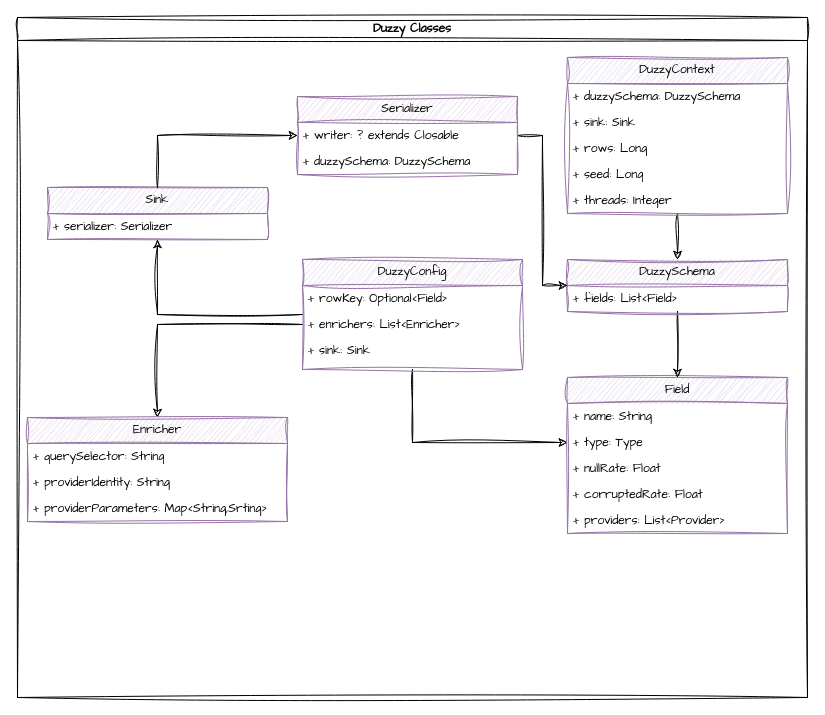
bhagenbourger/duzzy keeps this draw.io diagram as page "Duzzy classes" (3 of 3) of docs/schema/duzzy.drawio. Above is the earlier version. Source tidied: cells renumbered, new cells numbered last; positions are measured from the earlier drawing's top-left corner, leaving out a move shared by most shapes. Both pictures are drawn from the tidied source at 100%, with x=0, y=0 at pixel (17, 17).
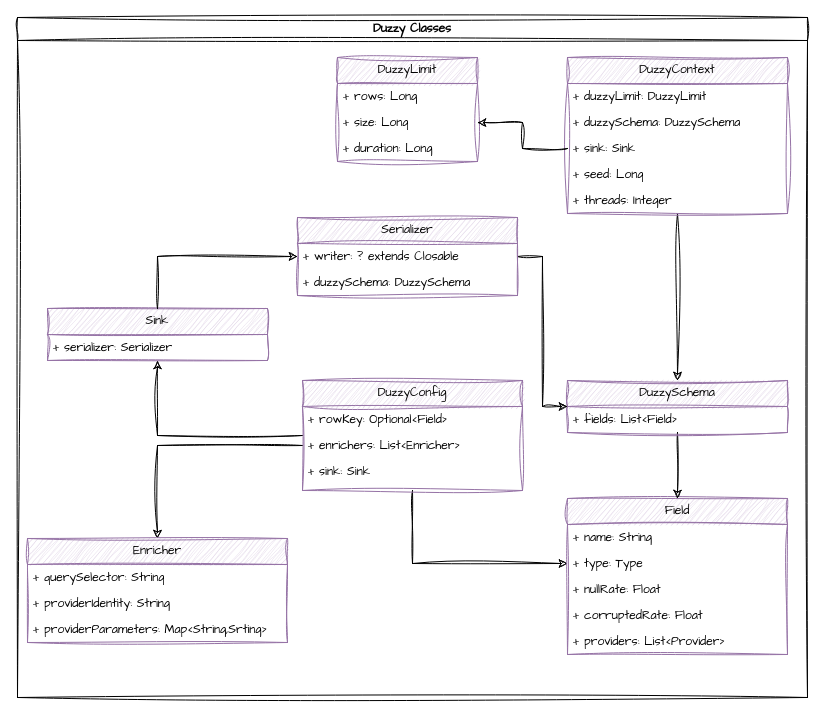
The same page after the edit.

The change refers to these unchanged cells:
```xml
<mxCell id="2" value="Duzzy Classes" style="swimlane;whiteSpace=wrap;html=1;sketch=1;hachureGap=4;jiggle=2;curveFitting=1;fontFamily=Architects Daughter;" parent="1" vertex="1">
  <mxGeometry width="790" height="680" as="geometry" />
</mxCell>
<mxCell id="17" value="DuzzyContext" style="swimlane;fontStyle=0;horizontal=1;startSize=26;fillColor=#e1d5e7;whiteSpace=wrap;html=1;sketch=1;hachureGap=4;jiggle=2;curveFitting=1;fontFamily=Architects Daughter;swimlaneLine=1;strokeColor=#9673a6;shadow=0;" parent="2" vertex="1">
  <mxGeometry x="550" y="40" width="220" height="156" as="geometry" />
</mxCell>
```

What changed in the source:
```diff
@@
     <mxCell id="6" value="DuzzyConfig" style="swimlane;fontStyle=0;horizontal=1;startSize=26;fillColor=#e1d5e7;whiteSpace=wrap;html=1;sketch=1;hachureGap=4;jiggle=2;curveFitting=1;fontFamily=Architects Daughter;swimlaneLine=1;strokeColor=#9673a6;" parent="2" vertex="1">
-      <mxGeometry x="285" y="242" width="220" height="110" as="geometry" />
+      <mxGeometry x="285" y="363" width="220" height="110" as="geometry" />
     </mxCell>
@@
     <mxCell id="10" value="Sink" style="swimlane;fontStyle=0;horizontal=1;startSize=26;fillColor=#e1d5e7;whiteSpace=wrap;html=1;sketch=1;hachureGap=4;jiggle=2;curveFitting=1;fontFamily=Architects Daughter;swimlaneLine=1;strokeColor=#9673a6;" parent="2" vertex="1">
-      <mxGeometry x="30" y="170" width="220" height="52" as="geometry" />
+      <mxGeometry x="30" y="291" width="220" height="52" as="geometry" />
     </mxCell>
@@
     <mxCell id="13" value="Serializer" style="swimlane;fontStyle=0;horizontal=1;startSize=26;fillColor=#e1d5e7;whiteSpace=wrap;html=1;sketch=1;hachureGap=4;jiggle=2;curveFitting=1;fontFamily=Architects Daughter;swimlaneLine=1;strokeColor=#9673a6;" parent="2" vertex="1">
-      <mxGeometry x="280" y="79" width="220" height="78" as="geometry" />
+      <mxGeometry x="280" y="200" width="220" height="78" as="geometry" />
     </mxCell>
@@
+    <mxCell id="20" value="+ duzzyLimit: DuzzyLimit" style="text;strokeColor=none;fillColor=none;align=left;verticalAlign=top;spacingLeft=4;spacingRight=4;overflow=hidden;whiteSpace=wrap;html=1;fontFamily=Architects Daughter;" parent="17" vertex="1">
+      <mxGeometry y="26" width="220" height="26" as="geometry" />
+    </mxCell>
     <mxCell id="18" value="+ duzzySchema: DuzzySchema" style="text;strokeColor=none;fillColor=none;align=left;verticalAlign=top;spacingLeft=4;spacingRight=4;overflow=hidden;whiteSpace=wrap;html=1;fontFamily=Architects Daughter;" parent="17" vertex="1">
-      <mxGeometry y="26" width="220" height="26" as="geometry" />
+      <mxGeometry y="52" width="220" height="26" as="geometry" />
     </mxCell>
     <mxCell id="19" value="+ sink: Sink" style="text;strokeColor=none;fillColor=none;align=left;verticalAlign=top;spacingLeft=4;spacingRight=4;overflow=hidden;points=[[0,0.5],[1,0.5]];portConstraint=eastwest;whiteSpace=wrap;html=1;fontFamily=Architects Daughter;" parent="17" vertex="1">
-      <mxGeometry y="52" width="220" height="26" as="geometry" />
+      <mxGeometry y="78" width="220" height="26" as="geometry" />
     </mxCell>
-    <mxCell id="20" value="+ rows: Long" style="text;strokeColor=none;fillColor=none;align=left;verticalAlign=top;spacingLeft=4;spacingRight=4;overflow=hidden;whiteSpace=wrap;html=1;fontFamily=Architects Daughter;" parent="17" vertex="1">
-      <mxGeometry y="78" width="220" height="26" as="geometry" />
-    </mxCell>
@@
     <mxCell id="23" value="Field" style="swimlane;fontStyle=0;horizontal=1;startSize=26;fillColor=#e1d5e7;whiteSpace=wrap;html=1;sketch=1;hachureGap=4;jiggle=2;curveFitting=1;fontFamily=Architects Daughter;swimlaneLine=1;strokeColor=#9673a6;shadow=0;" parent="2" vertex="1">
-      <mxGeometry x="550" y="360" width="220" height="156" as="geometry" />
+      <mxGeometry x="550" y="481" width="220" height="156" as="geometry" />
     </mxCell>
@@
     <mxCell id="30" value="DuzzySchema" style="swimlane;fontStyle=0;horizontal=1;startSize=26;fillColor=#e1d5e7;whiteSpace=wrap;html=1;sketch=1;hachureGap=4;jiggle=2;curveFitting=1;fontFamily=Architects Daughter;swimlaneLine=1;strokeColor=#9673a6;" parent="2" vertex="1">
-      <mxGeometry x="550" y="242" width="220" height="52" as="geometry" />
+      <mxGeometry x="550" y="363" width="220" height="52" as="geometry" />
     </mxCell>
@@
     <mxCell id="32" value="Enricher" style="swimlane;fontStyle=0;horizontal=1;startSize=26;fillColor=#e1d5e7;whiteSpace=wrap;html=1;sketch=1;hachureGap=4;jiggle=2;curveFitting=1;fontFamily=Architects Daughter;swimlaneLine=1;strokeColor=#9673a6;" parent="2" vertex="1">
-      <mxGeometry x="10" y="400" width="260" height="104" as="geometry" />
+      <mxGeometry x="10" y="521" width="260" height="104" as="geometry" />
     </mxCell>
@@
+    <mxCell id="37" value="DuzzyLimit" style="swimlane;fontStyle=0;horizontal=1;startSize=26;fillColor=#e1d5e7;whiteSpace=wrap;html=1;sketch=1;hachureGap=4;jiggle=2;curveFitting=1;fontFamily=Architects Daughter;swimlaneLine=1;strokeColor=#9673a6;" parent="2" vertex="1">
+      <mxGeometry x="320" y="40" width="140" height="104" as="geometry" />
+    </mxCell>
+    <mxCell id="38" value="+ rows: Long" style="text;strokeColor=none;fillColor=none;align=left;verticalAlign=top;spacingLeft=4;spacingRight=4;overflow=hidden;whiteSpace=wrap;html=1;fontFamily=Architects Daughter;" parent="37" vertex="1">
+      <mxGeometry y="26" width="140" height="26" as="geometry" />
+    </mxCell>
+    <mxCell id="39" value="+ size: Long" style="text;strokeColor=none;fillColor=none;align=left;verticalAlign=top;spacingLeft=4;spacingRight=4;overflow=hidden;points=[[0,0.5],[1,0.5]];portConstraint=eastwest;whiteSpace=wrap;html=1;fontFamily=Architects Daughter;" parent="37" vertex="1">
+      <mxGeometry y="52" width="140" height="26" as="geometry" />
+    </mxCell>
+    <mxCell id="40" value="+ duration: Long" style="text;strokeColor=none;fillColor=none;align=left;verticalAlign=top;spacingLeft=4;spacingRight=4;overflow=hidden;whiteSpace=wrap;html=1;fontFamily=Architects Daughter;" parent="37" vertex="1">
+      <mxGeometry y="78" width="140" height="26" as="geometry" />
+    </mxCell>
+    <mxCell id="41" style="edgeStyle=orthogonalEdgeStyle;rounded=0;sketch=1;hachureGap=4;jiggle=2;curveFitting=1;jettySize=auto;html=1;entryX=1;entryY=0.5;entryDx=0;entryDy=0;fontFamily=Architects Daughter;" parent="2" edge="1" source="19" target="39">
+      <mxGeometry relative="1" as="geometry" />
+    </mxCell>
```
